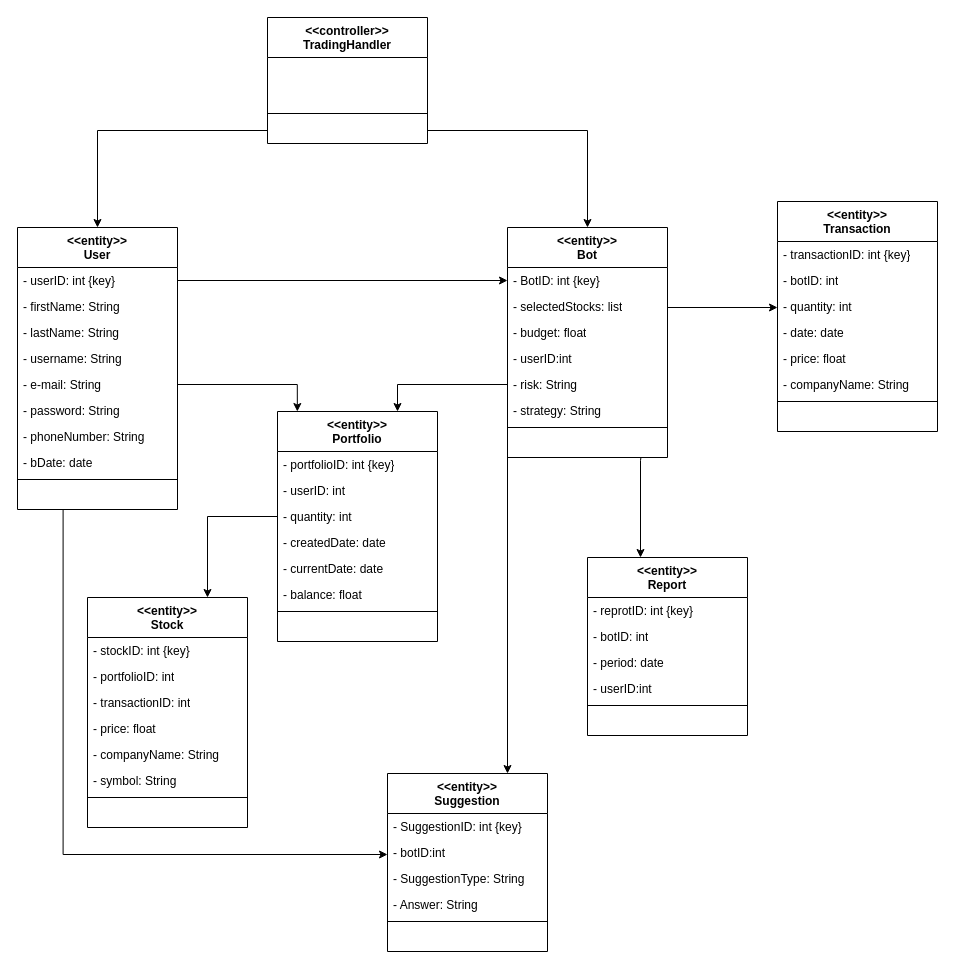
Abdulmohsen23/IS498 keeps this draw.io diagram as Diagrams/FIRST_CUT_CLASS DIAGRAM.drawio. Above is the earlier version. Source tidied: cells renumbered, new cells numbered last; positions are measured from the earlier drawing's top-left corner, leaving out a move shared by most shapes. Both pictures are drawn from the tidied source at 100%, with x=0, y=0 at pixel (17, 17).
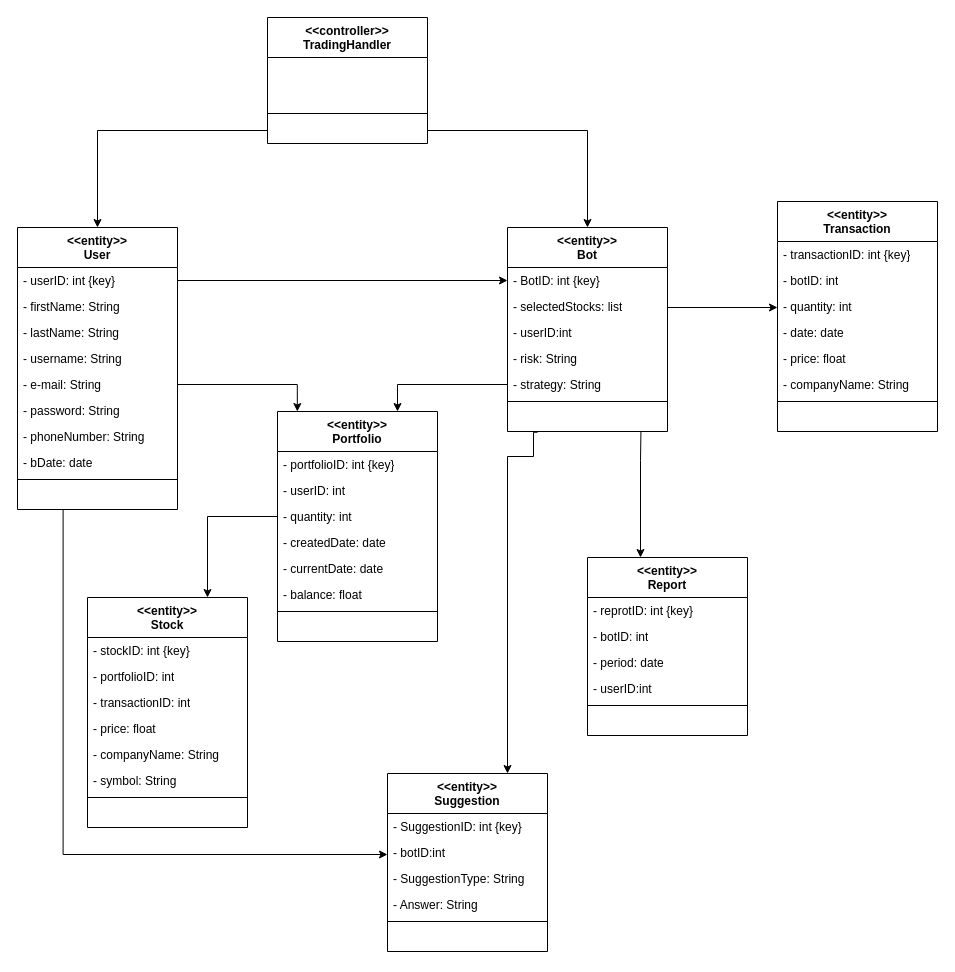
The same page after the edit.

The change refers to these unchanged cells:
```xml
<mxCell id="47" value="&lt;div&gt;&amp;lt;&amp;lt;entity&amp;gt;&amp;gt;&lt;/div&gt;&lt;div&gt;Suggestion&lt;br&gt;&lt;/div&gt;" style="swimlane;fontStyle=1;align=center;verticalAlign=top;horizontal=1;startSize=40;whiteSpace=wrap;html=1;" parent="1" vertex="1">
  <mxGeometry x="370" y="756" width="160" height="178" as="geometry" />
</mxCell>
```

What changed in the source:
```diff
@@
     <mxCell id="55" value="&lt;div&gt;&amp;lt;&amp;lt;entity&amp;gt;&amp;gt;&lt;/div&gt;&lt;div&gt;Bot&lt;br&gt;&lt;/div&gt;" style="swimlane;fontStyle=1;align=center;verticalAlign=top;horizontal=1;startSize=40;whiteSpace=wrap;html=1;" parent="1" vertex="1">
-      <mxGeometry x="490" y="210" width="160" height="230" as="geometry" />
+      <mxGeometry x="490" y="210" width="160" height="204" as="geometry" />
     </mxCell>
@@
-    <mxCell id="58" value="- budget: float" style="text;strokeColor=none;fillColor=none;align=left;verticalAlign=top;spacingLeft=4;spacingRight=4;overflow=hidden;whiteSpace=wrap;html=1;" parent="55" vertex="1">
-      <mxGeometry y="92" width="160" height="26" as="geometry" />
-    </mxCell>
     <mxCell id="59" value="- userID:int" style="text;strokeColor=none;fillColor=none;align=left;verticalAlign=top;spacingLeft=4;spacingRight=4;overflow=hidden;whiteSpace=wrap;html=1;" parent="55" vertex="1">
-      <mxGeometry y="118" width="160" height="26" as="geometry" />
+      <mxGeometry y="92" width="160" height="26" as="geometry" />
     </mxCell>
     <mxCell id="60" value="- risk: String" style="text;strokeColor=none;fillColor=none;align=left;verticalAlign=top;spacingLeft=4;spacingRight=4;overflow=hidden;points=[[0,0.5],[1,0.5]];portConstraint=eastwest;whiteSpace=wrap;html=1;" parent="55" vertex="1">
-      <mxGeometry y="144" width="160" height="26" as="geometry" />
+      <mxGeometry y="118" width="160" height="26" as="geometry" />
     </mxCell>
     <mxCell id="61" value="- strategy: String" style="text;strokeColor=none;fillColor=none;align=left;verticalAlign=top;spacingLeft=4;spacingRight=4;overflow=hidden;whiteSpace=wrap;html=1;" parent="55" vertex="1">
-      <mxGeometry y="170" width="160" height="26" as="geometry" />
+      <mxGeometry y="144" width="160" height="26" as="geometry" />
     </mxCell>
     <mxCell id="62" style="line;strokeWidth=1;fillColor=none;align=left;verticalAlign=middle;spacingTop=-1;spacingLeft=3;spacingRight=3;labelPosition=right;strokeColor=inherit;" parent="55" vertex="1">
-      <mxGeometry y="196" width="160" height="8" as="geometry" />
+      <mxGeometry y="170" width="160" height="8" as="geometry" />
     </mxCell>
     <mxCell id="63" value="&lt;div&gt;&amp;nbsp;&amp;nbsp;&amp;nbsp;&amp;nbsp;&amp;nbsp;&amp;nbsp;&amp;nbsp;&amp;nbsp;&amp;nbsp;&amp;nbsp;&amp;nbsp;&amp;nbsp;&amp;nbsp;&amp;nbsp;&amp;nbsp;&amp;nbsp;&amp;nbsp;&amp;nbsp;&amp;nbsp;&amp;nbsp;&amp;nbsp;&amp;nbsp;&amp;nbsp;&amp;nbsp;&amp;nbsp;&amp;nbsp;&amp;nbsp;&amp;nbsp;&amp;nbsp;&amp;nbsp;&amp;nbsp;&amp;nbsp;&amp;nbsp;&amp;nbsp;&amp;nbsp;&amp;nbsp;&amp;nbsp;&amp;nbsp;&amp;nbsp;&amp;nbsp;&amp;nbsp;&amp;nbsp;&amp;nbsp;&amp;nbsp;&amp;nbsp; &lt;br&gt;&lt;/div&gt;" style="text;strokeColor=none;fillColor=none;align=left;verticalAlign=top;spacingLeft=4;spacingRight=4;overflow=hidden;points=[[0,0.5],[1,0.5]];portConstraint=eastwest;whiteSpace=wrap;html=1;" parent="55" vertex="1">
-      <mxGeometry y="204" width="160" height="26" as="geometry" />
+      <mxGeometry y="178" width="160" height="26" as="geometry" />
     </mxCell>
@@
-    <mxCell id="76" style="endArrow=classic;html=1;rounded=0;edgeStyle=orthogonalEdgeStyle;entryX=0.75;entryY=0;entryDx=0;entryDy=0;" parent="1" edge="1" target="47">
+    <mxCell id="76" style="endArrow=classic;html=1;rounded=0;edgeStyle=orthogonalEdgeStyle;entryX=0.75;entryY=0;entryDx=0;entryDy=0;exitX=0.188;exitY=1.029;exitDx=0;exitDy=0;exitPerimeter=0;" parent="1" edge="1" source="63" target="47">
       <mxGeometry relative="1" as="geometry">
-        <mxPoint x="490" y="439" as="sourcePoint" />
         <Array as="points">
+          <mxPoint x="516" y="415" />
+          <mxPoint x="516" y="439" />
           <mxPoint x="490" y="439" />
         </Array>
       </mxGeometry>
     </mxCell>
```
